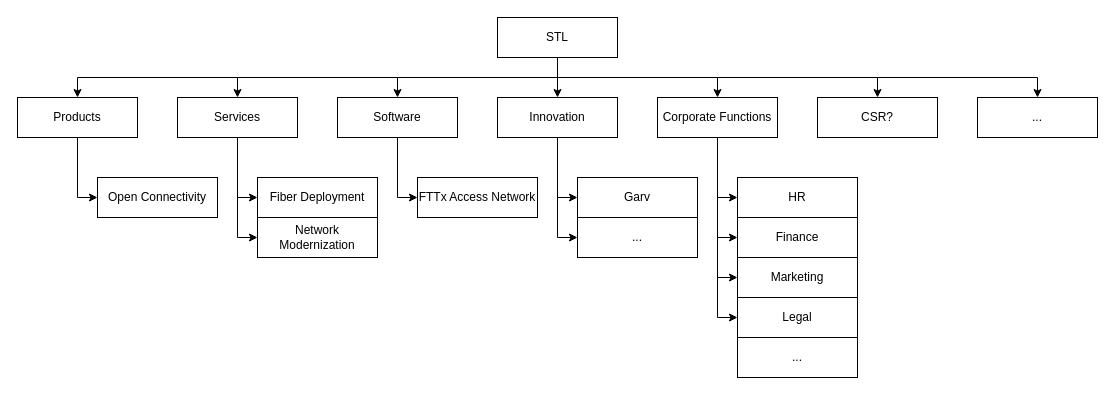
The draw.io diagram page "STL" (1 of 8) of india-lab/india-lab-2021.drawio in akshitsingla/drawio-diagrams, before the edit. Source tidied: cells renumbered, new cells numbered last; positions are measured from the earlier drawing's top-left corner, leaving out a move shared by most shapes. Both pictures are drawn from the tidied source at 100%, with x=0, y=0 at pixel (17, 17).
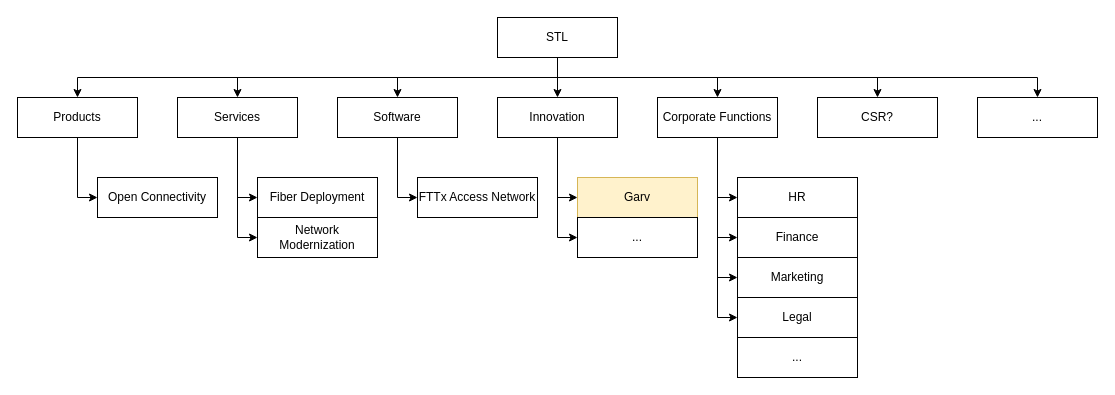
The same diagram, later.

Change to the diagram source:
```diff
@@
-    <mxCell id="25" value="Garv" style="rounded=0;whiteSpace=wrap;html=1;" parent="1" vertex="1">
+    <mxCell id="25" value="Garv" style="rounded=0;whiteSpace=wrap;html=1;fillColor=#fff2cc;strokeColor=#d6b656;" parent="1" vertex="1">
       <mxGeometry x="560" y="160" width="120" height="40" as="geometry" />
     </mxCell>
```
